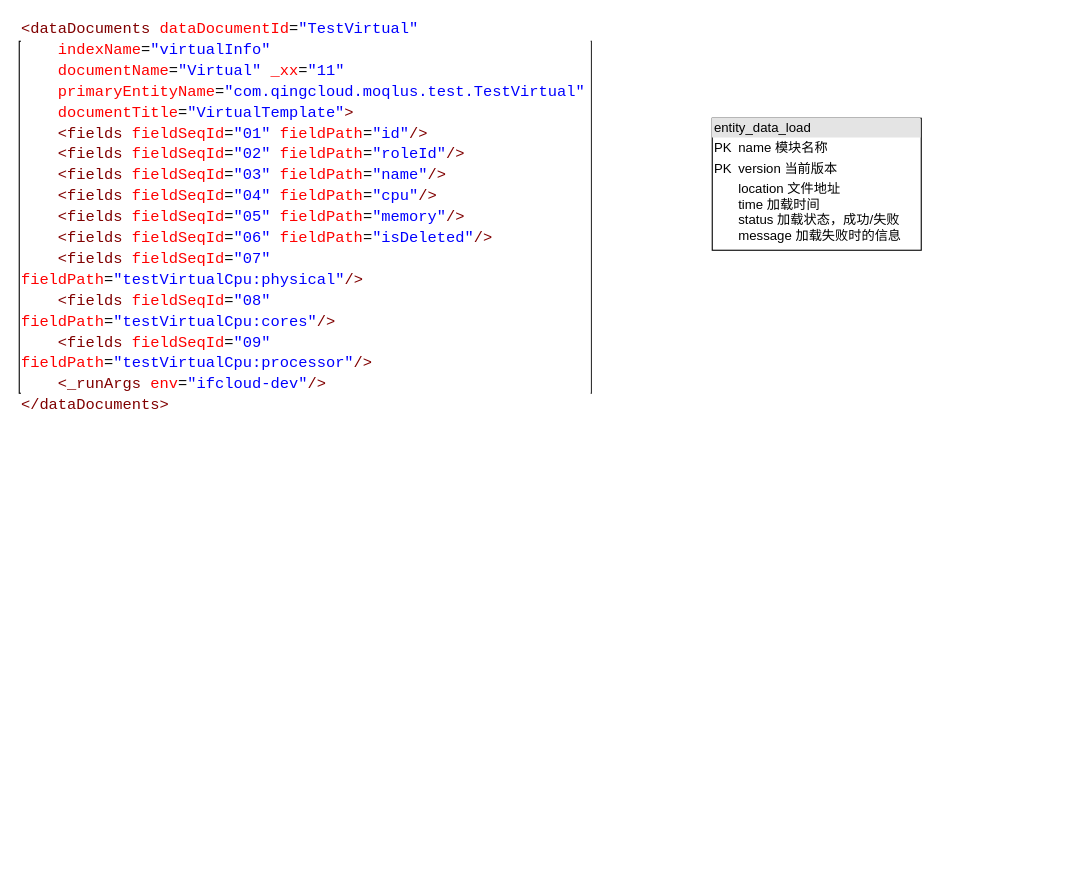
This is yunify/component-init-data.drawio from jiangliuhong/drawdb, a draw.io file, before an edit. Source tidied: cells renumbered, new cells numbered last; positions are measured from the earlier drawing's top-left corner, leaving out a move shared by most shapes. Both pictures are drawn from the tidied source at 110%, with x=0, y=0 at pixel (19, 41).
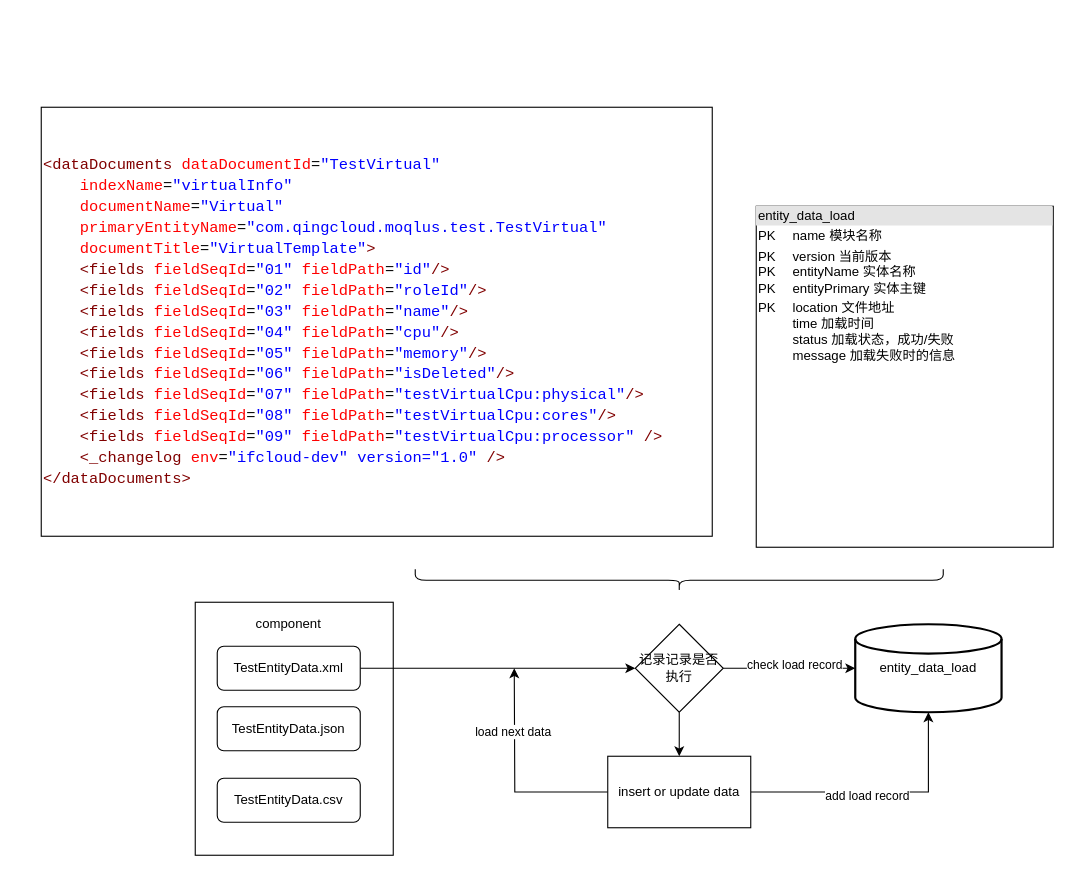
Above is the later version.

What changed in the source:
```diff
@@
+    <mxCell id="4" style="rounded=0;whiteSpace=wrap;html=1;" parent="1" vertex="1">
+      <mxGeometry x="160" y="510" width="180" height="230" as="geometry" />
+    </mxCell>
+    <mxCell id="5" style="edgeStyle=orthogonalEdgeStyle;rounded=0;jettySize=auto;html=1;exitX=1;exitY=0.5;exitDx=0;exitDy=0;entryX=0;entryY=0.5;entryDx=0;entryDy=0;" parent="1" edge="1" source="6" target="14">
+      <mxGeometry relative="1" as="geometry" />
+    </mxCell>
+    <mxCell id="6" value="TestEntityData.xml" style="rounded=1;whiteSpace=wrap;html=1;" parent="1" vertex="1">
+      <mxGeometry x="180" y="550" width="130" height="40" as="geometry" />
+    </mxCell>
-    <mxCell id="2" value="&lt;div style=&quot;background-color: rgb(255 , 255 , 255) ; font-family: &amp;#34;consolas&amp;#34; , &amp;#34;courier new&amp;#34; , monospace ; font-size: 14px ; line-height: 19px&quot;&gt;&lt;div&gt;&lt;span style=&quot;color: #800000&quot;&gt;&amp;lt;dataDocuments&lt;/span&gt; &lt;span style=&quot;color: #ff0000&quot;&gt;dataDocumentId&lt;/span&gt;=&lt;span style=&quot;color: #0000ff&quot;&gt;&quot;TestVirtual&quot;&lt;/span&gt; &lt;/div&gt;&lt;div&gt;&amp;nbsp; &amp;nbsp; &lt;span style=&quot;color: #ff0000&quot;&gt;indexName&lt;/span&gt;=&lt;span style=&quot;color: #0000ff&quot;&gt;&quot;virtualInfo&quot;&lt;/span&gt; &lt;/div&gt;&lt;div&gt;&amp;nbsp; &amp;nbsp; &lt;span style=&quot;color: #ff0000&quot;&gt;documentName&lt;/span&gt;=&lt;span style=&quot;color: #0000ff&quot;&gt;&quot;Virtual&quot;&lt;/span&gt; &lt;span style=&quot;color: #ff0000&quot;&gt;_xx&lt;/span&gt;=&lt;span style=&quot;color: #0000ff&quot;&gt;&quot;11&quot;&lt;/span&gt;&lt;/div&gt;&lt;div&gt;&amp;nbsp; &amp;nbsp; &lt;span style=&quot;color: #ff0000&quot;&gt;primaryEntityName&lt;/span&gt;=&lt;span style=&quot;color: #0000ff&quot;&gt;&quot;com.qingcloud.moqlus.test.TestVirtual&quot;&lt;/span&gt; &lt;/div&gt;&lt;div&gt;&amp;nbsp; &amp;nbsp; &lt;span style=&quot;color: #ff0000&quot;&gt;documentTitle&lt;/span&gt;=&lt;span style=&quot;color: #0000ff&quot;&gt;&quot;VirtualTemplate&quot;&lt;/span&gt;&lt;span style=&quot;color: #800000&quot;&gt;&amp;gt;&lt;/span&gt;&lt;/div&gt;&lt;div&gt;&amp;nbsp; &amp;nbsp; &lt;span style=&quot;color: #800000&quot;&gt;&amp;lt;fields&lt;/span&gt; &lt;span style=&quot;color: #ff0000&quot;&gt;fieldSeqId&lt;/span&gt;=&lt;span style=&quot;color: #0000ff&quot;&gt;&quot;01&quot;&lt;/span&gt; &lt;span style=&quot;color: #ff0000&quot;&gt;fieldPath&lt;/span&gt;=&lt;span style=&quot;color: #0000ff&quot;&gt;&quot;id&quot;&lt;/span&gt;&lt;span style=&quot;color: #800000&quot;&gt;/&amp;gt;&lt;/span&gt;&lt;/div&gt;&lt;div&gt;&amp;nbsp; &amp;nbsp; &lt;span style=&quot;color: #800000&quot;&gt;&amp;lt;fields&lt;/span&gt; &lt;span style=&quot;color: #ff0000&quot;&gt;fieldSeqId&lt;/span&gt;=&lt;span style=&quot;color: #0000ff&quot;&gt;&quot;02&quot;&lt;/span&gt; &lt;span style=&quot;color: #ff0000&quot;&gt;fieldPath&lt;/span&gt;=&lt;span style=&quot;color: #0000ff&quot;&gt;&quot;roleId&quot;&lt;/span&gt;&lt;span style=&quot;color: #800000&quot;&gt;/&amp;gt;&lt;/span&gt;&lt;/div&gt;&lt;div&gt;&amp;nbsp; &amp;nbsp; &lt;span style=&quot;color: #800000&quot;&gt;&amp;lt;fields&lt;/span&gt; &lt;span style=&quot;color: #ff0000&quot;&gt;fieldSeqId&lt;/span&gt;=&lt;span style=&quot;color: #0000ff&quot;&gt;&quot;03&quot;&lt;/span&gt; &lt;span style=&quot;color: #ff0000&quot;&gt;fieldPath&lt;/span&gt;=&lt;span style=&quot;color: #0000ff&quot;&gt;&quot;name&quot;&lt;/span&gt;&lt;span style=&quot;color: #800000&quot;&gt;/&amp;gt;&lt;/span&gt;&lt;/div&gt;&lt;div&gt;&amp;nbsp; &amp;nbsp; &lt;span style=&quot;color: #800000&quot;&gt;&amp;lt;fields&lt;/span&gt; &lt;span style=&quot;color: #ff0000&quot;&gt;fieldSeqId&lt;/span&gt;=&lt;span style=&quot;color: #0000ff&quot;&gt;&quot;04&quot;&lt;/span&gt; &lt;span style=&quot;color: #ff0000&quot;&gt;fieldPath&lt;/span&gt;=&lt;span style=&quot;color: #0000ff&quot;&gt;&quot;cpu&quot;&lt;/span&gt;&lt;span style=&quot;color: #800000&quot;&gt;/&amp;gt;&lt;/span&gt;&lt;/div&gt;&lt;div&gt;&amp;nbsp; &amp;nbsp; &lt;span style=&quot;color: #800000&quot;&gt;&amp;lt;fields&lt;/span&gt; &lt;span style=&quot;color: #ff0000&quot;&gt;fieldSeqId&lt;/span&gt;=&lt;span style=&quot;color: #0000ff&quot;&gt;&quot;05&quot;&lt;/span&gt; &lt;span style=&quot;color: #ff0000&quot;&gt;fieldPath&lt;/span&gt;=&lt;span style=&quot;color: #0000ff&quot;&gt;&quot;memory&quot;&lt;/span&gt;&lt;span style=&quot;color: #800000&quot;&gt;/&amp;gt;&lt;/span&gt;&lt;/div&gt;&lt;div&gt;&amp;nbsp; &amp;nbsp; &lt;span style=&quot;color: #800000&quot;&gt;&amp;lt;fields&lt;/span&gt; &lt;span style=&quot;color: #ff0000&quot;&gt;fieldSeqId&lt;/span&gt;=&lt;span style=&quot;color: #0000ff&quot;&gt;&quot;06&quot;&lt;/span&gt; &lt;span style=&quot;color: #ff0000&quot;&gt;fieldPath&lt;/span&gt;=&lt;span style=&quot;color: #0000ff&quot;&gt;&quot;isDeleted&quot;&lt;/span&gt;&lt;span style=&quot;color: #800000&quot;&gt;/&amp;gt;&lt;/span&gt;&lt;/div&gt;&lt;div&gt;&amp;nbsp; &amp;nbsp; &lt;span style=&quot;color: #800000&quot;&gt;&amp;lt;fields&lt;/span&gt; &lt;span style=&quot;color: #ff0000&quot;&gt;fieldSeqId&lt;/span&gt;=&lt;span style=&quot;color: #0000ff&quot;&gt;&quot;07&quot;&lt;/span&gt; &lt;span style=&quot;color: #ff0000&quot;&gt;fieldPath&lt;/span&gt;=&lt;span style=&quot;color: #0000ff&quot;&gt;&quot;testVirtualCpu:physical&quot;&lt;/span&gt;&lt;span style=&quot;color: #800000&quot;&gt;/&amp;gt;&lt;/span&gt;&lt;/div&gt;&lt;div&gt;&amp;nbsp; &amp;nbsp; &lt;span style=&quot;color: #800000&quot;&gt;&amp;lt;fields&lt;/span&gt; &lt;span style=&quot;color: #ff0000&quot;&gt;fieldSeqId&lt;/span&gt;=&lt;span style=&quot;color: #0000ff&quot;&gt;&quot;08&quot;&lt;/span&gt; &lt;span style=&quot;color: #ff0000&quot;&gt;fieldPath&lt;/span&gt;=&lt;span style=&quot;color: #0000ff&quot;&gt;&quot;testVirtualCpu:cores&quot;&lt;/span&gt;&lt;span style=&quot;color: #800000&quot;&gt;/&amp;gt;&lt;/span&gt;&lt;/div&gt;&lt;div&gt;&amp;nbsp; &amp;nbsp; &lt;span style=&quot;color: #800000&quot;&gt;&amp;lt;fields&lt;/span&gt; &lt;span style=&quot;color: #ff0000&quot;&gt;fieldSeqId&lt;/span&gt;=&lt;span style=&quot;color: #0000ff&quot;&gt;&quot;09&quot;&lt;/span&gt; &lt;span style=&quot;color: #ff0000&quot;&gt;fieldPath&lt;/span&gt;=&lt;span style=&quot;color: #0000ff&quot;&gt;&quot;testVirtualCpu:processor&quot;&lt;/span&gt;&lt;span style=&quot;color: #800000&quot;&gt;/&amp;gt;&lt;/span&gt;&lt;/div&gt;&lt;div&gt;&lt;div style=&quot;font-family: &amp;#34;consolas&amp;#34; , &amp;#34;courier new&amp;#34; , monospace ; line-height: 19px&quot;&gt;&amp;nbsp; &amp;nbsp; &lt;span style=&quot;color: #800000&quot;&gt;&amp;lt;_runArgs&lt;/span&gt; &lt;span style=&quot;color: #ff0000&quot;&gt;env&lt;/span&gt;=&lt;span style=&quot;color: #0000ff&quot;&gt;&quot;ifcloud-dev&quot;&lt;/span&gt;&lt;span style=&quot;color: #800000&quot;&gt;/&amp;gt;&lt;/span&gt;&lt;/div&gt;&lt;/div&gt;&lt;div&gt;&lt;span style=&quot;color: #800000&quot;&gt;&amp;lt;/dataDocuments&amp;gt;&lt;/span&gt;&lt;/div&gt;&lt;/div&gt;" style="rounded=0;whiteSpace=wrap;html=1;align=left;" parent="1" vertex="1">
-      <mxGeometry width="520" height="320" as="geometry" />
+    <mxCell id="2" value="&lt;div style=&quot;background-color: rgb(255 , 255 , 255) ; font-family: &amp;#34;consolas&amp;#34; , &amp;#34;courier new&amp;#34; , monospace ; font-size: 14px ; line-height: 19px&quot;&gt;&lt;div&gt;&lt;span style=&quot;color: #800000&quot;&gt;&amp;lt;dataDocuments&lt;/span&gt; &lt;span style=&quot;color: #ff0000&quot;&gt;dataDocumentId&lt;/span&gt;=&lt;span style=&quot;color: #0000ff&quot;&gt;&quot;TestVirtual&quot;&lt;/span&gt; &lt;/div&gt;&lt;div&gt;&amp;nbsp; &amp;nbsp; &lt;span style=&quot;color: #ff0000&quot;&gt;indexName&lt;/span&gt;=&lt;span style=&quot;color: #0000ff&quot;&gt;&quot;virtualInfo&quot;&amp;nbsp;&lt;/span&gt;&lt;/div&gt;&lt;div&gt;&amp;nbsp; &amp;nbsp; &lt;span style=&quot;color: #ff0000&quot;&gt;documentName&lt;/span&gt;=&lt;span style=&quot;color: #0000ff&quot;&gt;&quot;Virtual&quot;&lt;/span&gt;&lt;/div&gt;&lt;div&gt;&amp;nbsp; &amp;nbsp; &lt;span style=&quot;color: #ff0000&quot;&gt;primaryEntityName&lt;/span&gt;=&lt;span style=&quot;color: #0000ff&quot;&gt;&quot;com.qingcloud.moqlus.test.TestVirtual&quot;&lt;/span&gt; &lt;/div&gt;&lt;div&gt;&amp;nbsp; &amp;nbsp; &lt;span style=&quot;color: #ff0000&quot;&gt;documentTitle&lt;/span&gt;=&lt;span style=&quot;color: #0000ff&quot;&gt;&quot;VirtualTemplate&quot;&lt;/span&gt;&lt;span style=&quot;color: #800000&quot;&gt;&amp;gt;&lt;/span&gt;&lt;/div&gt;&lt;div&gt;&amp;nbsp; &amp;nbsp; &lt;span style=&quot;color: #800000&quot;&gt;&amp;lt;fields&lt;/span&gt; &lt;span style=&quot;color: #ff0000&quot;&gt;fieldSeqId&lt;/span&gt;=&lt;span style=&quot;color: #0000ff&quot;&gt;&quot;01&quot;&lt;/span&gt; &lt;span style=&quot;color: #ff0000&quot;&gt;fieldPath&lt;/span&gt;=&lt;span style=&quot;color: #0000ff&quot;&gt;&quot;id&quot;&lt;/span&gt;&lt;span style=&quot;color: #800000&quot;&gt;/&amp;gt;&lt;/span&gt;&lt;/div&gt;&lt;div&gt;&amp;nbsp; &amp;nbsp; &lt;span style=&quot;color: #800000&quot;&gt;&amp;lt;fields&lt;/span&gt; &lt;span style=&quot;color: #ff0000&quot;&gt;fieldSeqId&lt;/span&gt;=&lt;span style=&quot;color: #0000ff&quot;&gt;&quot;02&quot;&lt;/span&gt; &lt;span style=&quot;color: #ff0000&quot;&gt;fieldPath&lt;/span&gt;=&lt;span style=&quot;color: #0000ff&quot;&gt;&quot;roleId&quot;&lt;/span&gt;&lt;span style=&quot;color: #800000&quot;&gt;/&amp;gt;&lt;/span&gt;&lt;/div&gt;&lt;div&gt;&amp;nbsp; &amp;nbsp; &lt;span style=&quot;color: #800000&quot;&gt;&amp;lt;fields&lt;/span&gt; &lt;span style=&quot;color: #ff0000&quot;&gt;fieldSeqId&lt;/span&gt;=&lt;span style=&quot;color: #0000ff&quot;&gt;&quot;03&quot;&lt;/span&gt; &lt;span style=&quot;color: #ff0000&quot;&gt;fieldPath&lt;/span&gt;=&lt;span style=&quot;color: #0000ff&quot;&gt;&quot;name&quot;&lt;/span&gt;&lt;span style=&quot;color: #800000&quot;&gt;/&amp;gt;&lt;/span&gt;&lt;/div&gt;&lt;div&gt;&amp;nbsp; &amp;nbsp; &lt;span style=&quot;color: #800000&quot;&gt;&amp;lt;fields&lt;/span&gt; &lt;span style=&quot;color: #ff0000&quot;&gt;fieldSeqId&lt;/span&gt;=&lt;span style=&quot;color: #0000ff&quot;&gt;&quot;04&quot;&lt;/span&gt; &lt;span style=&quot;color: #ff0000&quot;&gt;fieldPath&lt;/span&gt;=&lt;span style=&quot;color: #0000ff&quot;&gt;&quot;cpu&quot;&lt;/span&gt;&lt;span style=&quot;color: #800000&quot;&gt;/&amp;gt;&lt;/span&gt;&lt;/div&gt;&lt;div&gt;&amp;nbsp; &amp;nbsp; &lt;span style=&quot;color: #800000&quot;&gt;&amp;lt;fields&lt;/span&gt; &lt;span style=&quot;color: #ff0000&quot;&gt;fieldSeqId&lt;/span&gt;=&lt;span style=&quot;color: #0000ff&quot;&gt;&quot;05&quot;&lt;/span&gt; &lt;span style=&quot;color: #ff0000&quot;&gt;fieldPath&lt;/span&gt;=&lt;span style=&quot;color: #0000ff&quot;&gt;&quot;memory&quot;&lt;/span&gt;&lt;span style=&quot;color: #800000&quot;&gt;/&amp;gt;&lt;/span&gt;&lt;/div&gt;&lt;div&gt;&amp;nbsp; &amp;nbsp; &lt;span style=&quot;color: #800000&quot;&gt;&amp;lt;fields&lt;/span&gt; &lt;span style=&quot;color: #ff0000&quot;&gt;fieldSeqId&lt;/span&gt;=&lt;span style=&quot;color: #0000ff&quot;&gt;&quot;06&quot;&lt;/span&gt; &lt;span style=&quot;color: #ff0000&quot;&gt;fieldPath&lt;/span&gt;=&lt;span style=&quot;color: #0000ff&quot;&gt;&quot;isDeleted&quot;&lt;/span&gt;&lt;span style=&quot;color: #800000&quot;&gt;/&amp;gt;&lt;/span&gt;&lt;/div&gt;&lt;div&gt;&amp;nbsp; &amp;nbsp; &lt;span style=&quot;color: #800000&quot;&gt;&amp;lt;fields&lt;/span&gt; &lt;span style=&quot;color: #ff0000&quot;&gt;fieldSeqId&lt;/span&gt;=&lt;span style=&quot;color: #0000ff&quot;&gt;&quot;07&quot;&lt;/span&gt; &lt;span style=&quot;color: #ff0000&quot;&gt;fieldPath&lt;/span&gt;=&lt;span style=&quot;color: #0000ff&quot;&gt;&quot;testVirtualCpu:physical&quot;&lt;/span&gt;&lt;span style=&quot;color: #800000&quot;&gt;/&amp;gt;&lt;/span&gt;&lt;/div&gt;&lt;div&gt;&amp;nbsp; &amp;nbsp; &lt;span style=&quot;color: #800000&quot;&gt;&amp;lt;fields&lt;/span&gt; &lt;span style=&quot;color: #ff0000&quot;&gt;fieldSeqId&lt;/span&gt;=&lt;span style=&quot;color: #0000ff&quot;&gt;&quot;08&quot;&lt;/span&gt; &lt;span style=&quot;color: #ff0000&quot;&gt;fieldPath&lt;/span&gt;=&lt;span style=&quot;color: #0000ff&quot;&gt;&quot;testVirtualCpu:cores&quot;&lt;/span&gt;&lt;span style=&quot;color: #800000&quot;&gt;/&amp;gt;&lt;/span&gt;&lt;/div&gt;&lt;div&gt;&amp;nbsp; &amp;nbsp; &lt;span style=&quot;color: #800000&quot;&gt;&amp;lt;fields&lt;/span&gt; &lt;span style=&quot;color: #ff0000&quot;&gt;fieldSeqId&lt;/span&gt;=&lt;span style=&quot;color: #0000ff&quot;&gt;&quot;09&quot;&lt;/span&gt; &lt;span style=&quot;color: #ff0000&quot;&gt;fieldPath&lt;/span&gt;=&lt;span style=&quot;color: #0000ff&quot;&gt;&quot;testVirtualCpu:processor&quot;&amp;nbsp;&lt;/span&gt;&lt;font color=&quot;#800000&quot;&gt;/&amp;gt;&lt;/font&gt;&lt;/div&gt;&lt;div&gt;&lt;div style=&quot;font-family: &amp;#34;consolas&amp;#34; , &amp;#34;courier new&amp;#34; , monospace ; line-height: 19px&quot;&gt;&amp;nbsp; &amp;nbsp; &lt;span style=&quot;color: #800000&quot;&gt;&amp;lt;_changelog&lt;/span&gt;&amp;nbsp;&lt;span style=&quot;color: #ff0000&quot;&gt;env&lt;/span&gt;=&lt;span style=&quot;color: #0000ff&quot;&gt;&quot;ifcloud-dev&quot; version=&quot;1.0&quot;&amp;nbsp;&lt;/span&gt;&lt;span style=&quot;color: #800000&quot;&gt;/&amp;gt;&lt;/span&gt;&lt;/div&gt;&lt;/div&gt;&lt;div&gt;&lt;span style=&quot;color: #800000&quot;&gt;&amp;lt;/dataDocuments&amp;gt;&lt;/span&gt;&lt;/div&gt;&lt;/div&gt;" style="rounded=0;whiteSpace=wrap;html=1;align=left;" parent="1" vertex="1">
+      <mxGeometry x="20" y="60" width="610" height="390" as="geometry" />
     </mxCell>
-    <mxCell id="3" value="&lt;div style=&quot;box-sizing: border-box ; width: 100% ; background: #e4e4e4 ; padding: 2px&quot;&gt;entity_data_load&lt;/div&gt;&lt;table style=&quot;width: 100% ; font-size: 1em&quot; cellpadding=&quot;2&quot; cellspacing=&quot;0&quot;&gt;&lt;tbody&gt;&lt;tr&gt;&lt;td&gt;PK&lt;/td&gt;&lt;td&gt;name 模块名称&lt;/td&gt;&lt;/tr&gt;&lt;tr&gt;&lt;td&gt;PK&lt;/td&gt;&lt;td&gt;version 当前版本&lt;/td&gt;&lt;/tr&gt;&lt;tr&gt;&lt;td&gt;&lt;/td&gt;&lt;td&gt;location 文件地址&lt;br&gt;time 加载时间&lt;br&gt;status 加载状态，成功/失败&lt;br&gt;message 加载失败时的信息&lt;/td&gt;&lt;/tr&gt;&lt;/tbody&gt;&lt;/table&gt;" style="verticalAlign=top;align=left;overflow=fill;html=1;" parent="1" vertex="1">
-      <mxGeometry x="630" y="70" width="190" height="120" as="geometry" />
+    <mxCell id="3" value="&lt;div style=&quot;box-sizing: border-box ; width: 100% ; background: #e4e4e4 ; padding: 2px&quot;&gt;entity_data_load&lt;/div&gt;&lt;table style=&quot;width: 100% ; font-size: 1em&quot; cellpadding=&quot;2&quot; cellspacing=&quot;0&quot;&gt;&lt;tbody&gt;&lt;tr&gt;&lt;td&gt;PK&lt;/td&gt;&lt;td&gt;name 模块名称&lt;/td&gt;&lt;/tr&gt;&lt;tr&gt;&lt;td&gt;PK&lt;br&gt;PK&lt;br&gt;PK&lt;br&gt;&lt;/td&gt;&lt;td&gt;version 当前版本&lt;br&gt;entityName 实体名称&lt;br&gt;entityPrimary 实体主键&lt;/td&gt;&lt;/tr&gt;&lt;tr&gt;&lt;td&gt;PK&lt;br&gt;&lt;br&gt;&lt;br&gt;&lt;br&gt;&lt;br&gt;&lt;/td&gt;&lt;td&gt;location 文件地址&lt;br&gt;time 加载时间&lt;br&gt;status 加载状态，成功/失败&lt;br&gt;message 加载失败时的信息&lt;br&gt;&lt;br&gt;&lt;/td&gt;&lt;/tr&gt;&lt;/tbody&gt;&lt;/table&gt;" style="verticalAlign=top;align=left;overflow=fill;html=1;" parent="1" vertex="1">
+      <mxGeometry x="670" y="150" width="270" height="310" as="geometry" />
     </mxCell>
+    <mxCell id="7" value="component" style="text;html=1;strokeColor=none;fillColor=none;align=center;verticalAlign=middle;whiteSpace=wrap;rounded=0;" parent="1" vertex="1">
+      <mxGeometry x="195" y="520" width="100" height="20" as="geometry" />
+    </mxCell>
+    <mxCell id="8" value="TestEntityData.json" style="rounded=1;whiteSpace=wrap;html=1;" parent="1" vertex="1">
+      <mxGeometry x="180" y="605" width="130" height="40" as="geometry" />
+    </mxCell>
+    <mxCell id="9" value="TestEntityData.csv" style="rounded=1;whiteSpace=wrap;html=1;" parent="1" vertex="1">
+      <mxGeometry x="180" y="670" width="130" height="40" as="geometry" />
+    </mxCell>
+    <mxCell id="10" style="edgeStyle=orthogonalEdgeStyle;rounded=0;orthogonalLoop=1;jettySize=auto;html=1;exitX=0.5;exitY=1;exitDx=0;exitDy=0;" parent="1" edge="1" source="7" target="7">
+      <mxGeometry relative="1" as="geometry" />
+    </mxCell>
+    <mxCell id="11" style="edgeStyle=orthogonalEdgeStyle;rounded=0;jettySize=auto;html=1;exitX=1;exitY=0.5;exitDx=0;exitDy=0;entryX=0;entryY=0.5;entryDx=0;entryDy=0;entryPerimeter=0;" parent="1" edge="1" source="14" target="16">
+      <mxGeometry relative="1" as="geometry" />
+    </mxCell>
+    <mxCell id="12" value="check load record" style="edgeLabel;html=1;align=center;verticalAlign=middle;" parent="11" vertex="1">
+      <mxGeometry x="0.07" y="4" relative="1" as="geometry" />
+    </mxCell>
+    <mxCell id="13" style="edgeStyle=orthogonalEdgeStyle;rounded=0;jettySize=auto;html=1;exitX=0.5;exitY=1;exitDx=0;exitDy=0;entryX=0.5;entryY=0;entryDx=0;entryDy=0;" parent="1" edge="1" source="14" target="21">
+      <mxGeometry relative="1" as="geometry" />
+    </mxCell>
+    <mxCell id="14" value="记录记录是否执行" style="rhombus;whiteSpace=wrap;html=1;" parent="1" vertex="1">
+      <mxGeometry x="560" y="530" width="80" height="80" as="geometry" />
+    </mxCell>
+    <mxCell id="15" style="shape=curlyBracket;whiteSpace=wrap;html=1;rounded=1;flipH=1;rotation=90;" parent="1" vertex="1">
+      <mxGeometry x="590" y="250" width="20" height="480" as="geometry" />
+    </mxCell>
+    <mxCell id="16" value="&lt;span style=&quot;text-align: left&quot;&gt;entity_data_load&lt;/span&gt;" style="strokeWidth=2;html=1;shape=mxgraph.flowchart.database;whiteSpace=wrap;" parent="1" vertex="1">
+      <mxGeometry x="760" y="530" width="133" height="80" as="geometry" />
+    </mxCell>
+    <mxCell id="17" style="edgeStyle=orthogonalEdgeStyle;rounded=0;jettySize=auto;html=1;exitX=1;exitY=0.5;exitDx=0;exitDy=0;" parent="1" edge="1" source="21" target="16">
+      <mxGeometry relative="1" as="geometry" />
+    </mxCell>
+    <mxCell id="18" value="add load record" style="edgeLabel;html=1;align=center;verticalAlign=middle;" parent="17" vertex="1">
+      <mxGeometry x="-0.1" y="-2" relative="1" as="geometry">
+        <mxPoint y="1" as="offset" />
+      </mxGeometry>
+    </mxCell>
+    <mxCell id="19" style="edgeStyle=orthogonalEdgeStyle;rounded=0;jettySize=auto;html=1;exitX=0;exitY=0.5;exitDx=0;exitDy=0;" parent="1" edge="1" source="21">
+      <mxGeometry relative="1" as="geometry">
+        <mxPoint x="450" y="570" as="targetPoint" />
+      </mxGeometry>
+    </mxCell>
+    <mxCell id="20" value="load next data" style="edgeLabel;html=1;align=center;verticalAlign=middle;" parent="19" vertex="1">
+      <mxGeometry x="0.42" y="2" relative="1" as="geometry" />
+    </mxCell>
+    <mxCell id="21" value="insert or update data" style="rounded=0;whiteSpace=wrap;html=1;" parent="1" vertex="1">
+      <mxGeometry x="535" y="650" width="130" height="65" as="geometry" />
+    </mxCell>
```
